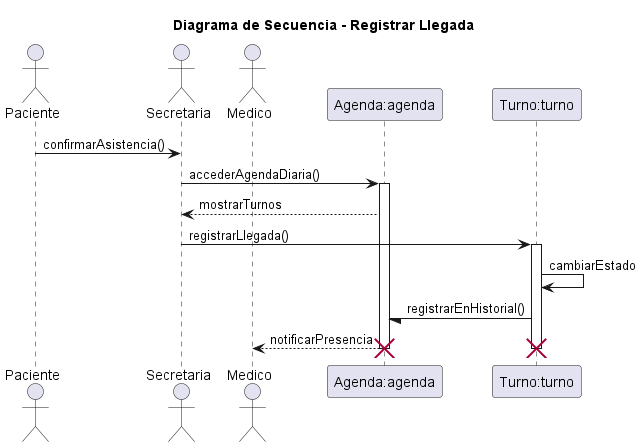
Before: diagramas/05-diagramas-secuencia/05-secuencia-registrar-llegada-05.png, a diagram exported from PlantUML (eternalnight04/SistemaTurnosMedicos). Its diagram source:
```plantuml
@startuml 05-secuencia-registrar-llegada-04

title Diagrama de Secuencia - Registrar Llegada

actor Paciente as paciente
actor Secretaria as secretaria
actor Medico as medico
participant "Agenda:agenda" as agenda
participant "Turno:turno" as turno

paciente -> secretaria: confirmarAsistencia()

secretaria -> agenda: accederAgendaDiaria()
activate agenda

agenda --> secretaria: mostrarTurnos
secretaria -> turno: registrarLlegada()
activate turno

turno -> turno: cambiarEstado
turno -/ agenda: registrarEnHistorial()

agenda --> medico: notificarPresencia

deactivate turno
deactivate agenda

destroy turno
destroy agenda

@enduml
```
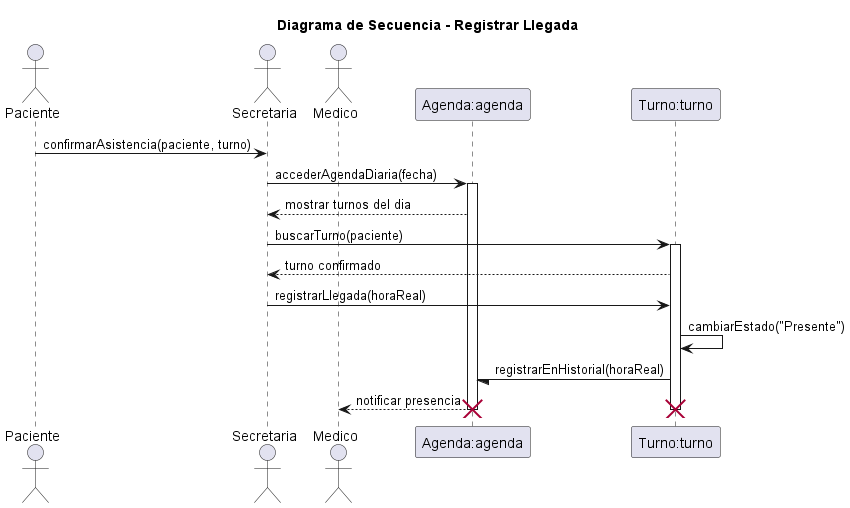
Later version of the same file.

Change to the diagram source:
```diff
@@ -1,31 +1,34 @@
-@startuml 05-secuencia-registrar-llegada-04
+@startuml 05-secuencia-registrar-llegada-05
 
 title Diagrama de Secuencia - Registrar Llegada
 
 actor Paciente as paciente
 actor Secretaria as secretaria
 actor Medico as medico
+
 participant "Agenda:agenda" as agenda
 participant "Turno:turno" as turno
 
-paciente -> secretaria: confirmarAsistencia()
+paciente -> secretaria: confirmarAsistencia(paciente, turno)
+secretaria -> agenda: accederAgendaDiaria(fecha)
 
-secretaria -> agenda: accederAgendaDiaria()
 activate agenda
 
-agenda --> secretaria: mostrarTurnos
-secretaria -> turno: registrarLlegada()
+agenda --> secretaria: mostrar turnos del dia
+secretaria -> turno: buscarTurno(paciente)
+
 activate turno
 
-turno -> turno: cambiarEstado
-turno -/ agenda: registrarEnHistorial()
-
-agenda --> medico: notificarPresencia
+turno --> secretaria: turno confirmado
+secretaria -> turno: registrarLlegada(horaReal)
+turno -> turno: cambiarEstado("Presente")
+turno -/ agenda: registrarEnHistorial(horaReal)
+agenda --> medico: notificar presencia
 
 deactivate turno
+destroy turno
+
 deactivate agenda
-
-destroy turno
 destroy agenda
 
 @enduml
```
